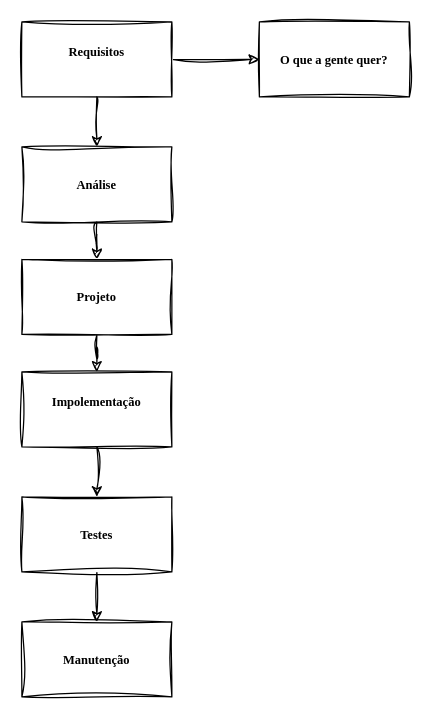
r0bertgabriel/ESP32NativeSense keeps this draw.io diagram as project-esp32nativesense.drawio. Above is the earlier version. Source tidied: cells renumbered, new cells numbered last; positions are measured from the earlier drawing's top-left corner, leaving out a move shared by most shapes. Both pictures are drawn from the tidied source at 125%, with x=0, y=0 at pixel (21, 21).
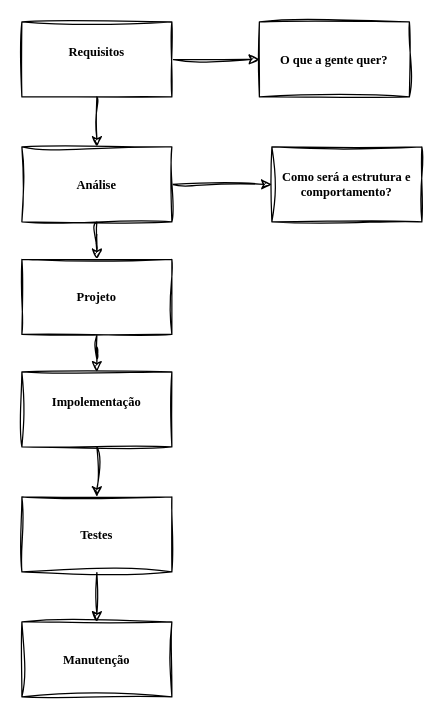
After the change.

What changed in the source:
```diff
@@
 <mxGraphModel>
   <root>
     <mxCell id="0" />
     <mxCell id="1" parent="0" />
     <mxCell id="2" style="edgeStyle=orthogonalEdgeStyle;rounded=0;sketch=1;hachureGap=4;jiggle=2;curveFitting=1;jettySize=auto;html=1;fontFamily=Verdana;" parent="1" edge="1" source="4" target="6">
       <mxGeometry relative="1" as="geometry" />
     </mxCell>
     <mxCell id="3" style="edgeStyle=orthogonalEdgeStyle;rounded=0;sketch=1;hachureGap=4;jiggle=2;curveFitting=1;jettySize=auto;html=1;fontFamily=Architects Daughter;" parent="1" edge="1" source="4" target="14">
       <mxGeometry relative="1" as="geometry" />
     </mxCell>
     <mxCell id="4" value="Requisitos&lt;div&gt;&lt;br&gt;&lt;/div&gt;" style="rounded=0;whiteSpace=wrap;html=1;sketch=1;curveFitting=1;jiggle=2;labelBackgroundColor=none;fontFamily=Garamond;fontSize=10;fontStyle=1;" parent="1" vertex="1">
       <mxGeometry width="120" height="60" as="geometry" />
     </mxCell>
     <mxCell id="5" style="edgeStyle=orthogonalEdgeStyle;rounded=0;sketch=1;hachureGap=4;jiggle=2;curveFitting=1;jettySize=auto;html=1;fontFamily=Verdana;" parent="1" edge="1" source="6" target="8">
       <mxGeometry relative="1" as="geometry" />
     </mxCell>
+    <mxCell id="15" style="edgeStyle=orthogonalEdgeStyle;rounded=0;sketch=1;hachureGap=4;jiggle=2;curveFitting=1;jettySize=auto;html=1;fontFamily=Architects Daughter;" parent="1" edge="1" source="6" target="16">
+      <mxGeometry relative="1" as="geometry" />
+    </mxCell>
     <mxCell id="6" value="Análise" style="rounded=0;whiteSpace=wrap;html=1;sketch=1;curveFitting=1;jiggle=2;labelBackgroundColor=none;fontFamily=Garamond;fontSize=10;fontStyle=1;" parent="1" vertex="1">
       <mxGeometry y="100" width="120" height="60" as="geometry" />
     </mxCell>
     <mxCell id="7" style="edgeStyle=orthogonalEdgeStyle;rounded=0;sketch=1;hachureGap=4;jiggle=2;curveFitting=1;jettySize=auto;html=1;fontFamily=Architects Daughter;" parent="1" edge="1" source="8" target="10">
       <mxGeometry relative="1" as="geometry" />
     </mxCell>
     <mxCell id="8" value="Projeto" style="rounded=0;whiteSpace=wrap;html=1;sketch=1;curveFitting=1;jiggle=2;labelBackgroundColor=none;fontFamily=Garamond;fontSize=10;fontStyle=1;" parent="1" vertex="1">
       <mxGeometry y="190" width="120" height="60" as="geometry" />
     </mxCell>
     <mxCell id="9" style="edgeStyle=orthogonalEdgeStyle;rounded=0;sketch=1;hachureGap=4;jiggle=2;curveFitting=1;jettySize=auto;html=1;fontFamily=Architects Daughter;" parent="1" edge="1" source="10" target="12">
       <mxGeometry relative="1" as="geometry" />
     </mxCell>
     <mxCell id="10" value="Impolementação&lt;div&gt;&lt;br&gt;&lt;/div&gt;" style="whiteSpace=wrap;html=1;fontSize=10;fontFamily=Garamond;rounded=0;sketch=1;curveFitting=1;jiggle=2;labelBackgroundColor=none;fontStyle=1;" parent="1" vertex="1">
       <mxGeometry y="280" width="120" height="60" as="geometry" />
     </mxCell>
     <mxCell id="11" style="edgeStyle=orthogonalEdgeStyle;rounded=0;sketch=1;hachureGap=4;jiggle=2;curveFitting=1;jettySize=auto;html=1;fontFamily=Architects Daughter;" parent="1" edge="1" source="12" target="13">
       <mxGeometry relative="1" as="geometry" />
     </mxCell>
     <mxCell id="12" value="Testes" style="whiteSpace=wrap;html=1;fontSize=10;fontFamily=Garamond;rounded=0;sketch=1;curveFitting=1;jiggle=2;labelBackgroundColor=none;fontStyle=1;" parent="1" vertex="1">
       <mxGeometry y="380" width="120" height="60" as="geometry" />
     </mxCell>
     <mxCell id="13" value="Manutenção" style="whiteSpace=wrap;html=1;fontSize=10;fontFamily=Garamond;rounded=0;sketch=1;curveFitting=1;jiggle=2;labelBackgroundColor=none;fontStyle=1;" parent="1" vertex="1">
       <mxGeometry y="480" width="120" height="60" as="geometry" />
     </mxCell>
     <mxCell id="14" value="&lt;div&gt;O que a gente quer?&lt;/div&gt;" style="rounded=0;whiteSpace=wrap;html=1;sketch=1;curveFitting=1;jiggle=2;labelBackgroundColor=none;fontFamily=Garamond;fontSize=10;fontStyle=1;" parent="1" vertex="1">
       <mxGeometry x="190" width="120" height="60" as="geometry" />
     </mxCell>
+    <mxCell id="16" value="Como será a estrutura e comportamento?" style="rounded=0;whiteSpace=wrap;html=1;sketch=1;curveFitting=1;jiggle=2;labelBackgroundColor=none;fontFamily=Garamond;fontSize=10;fontStyle=1;" parent="1" vertex="1">
+      <mxGeometry x="200" y="100" width="120" height="60" as="geometry" />
+    </mxCell>
   </root>
 </mxGraphModel>
```
